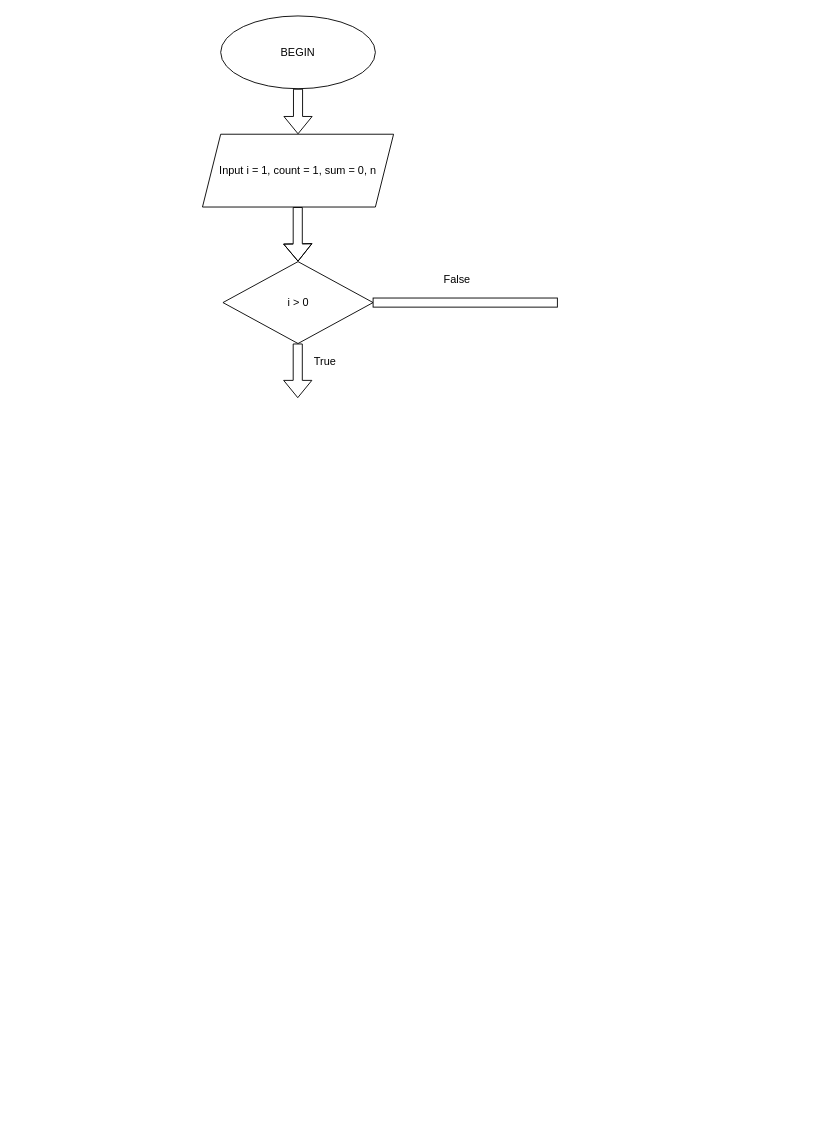
Above: Untitled Diagram.drawio in giaythuytinh176/Flowchart (draw.io), before the change. Source tidied: cells renumbered, new cells numbered last; positions are measured from the earlier drawing's top-left corner, leaving out a move shared by most shapes. Both pictures are drawn from the tidied source at 91%, with x=0, y=0 at pixel (202, 15).
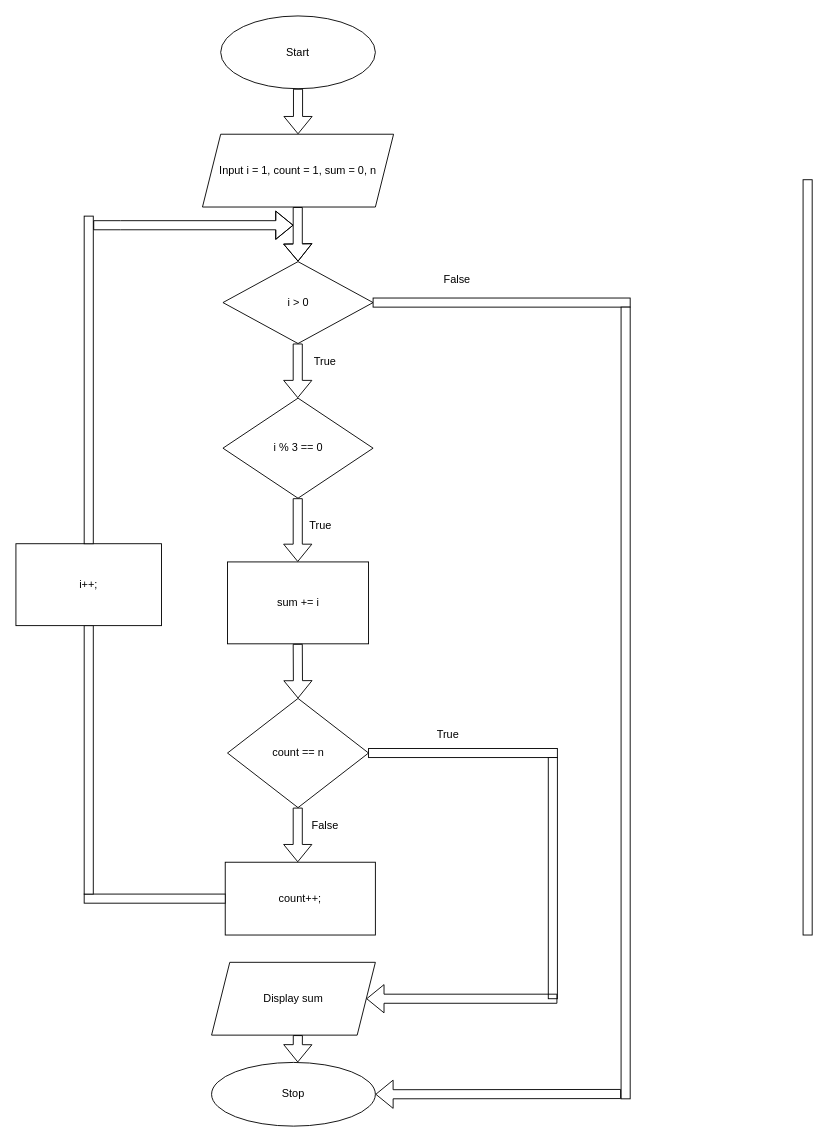
The same page after the edit.

Change to the diagram source:
```diff
@@
-    <mxCell id="2" value="BEGIN" style="ellipse;whiteSpace=wrap;html=1;" parent="1" vertex="1">
+    <mxCell id="2" value="Start" style="ellipse;whiteSpace=wrap;html=1;" parent="1" vertex="1">
       <mxGeometry x="20" width="170" height="80" as="geometry" />
     </mxCell>
@@
     <mxCell id="9" style="rounded=0;whiteSpace=wrap;html=1;" parent="1" vertex="1">
-      <mxGeometry x="187.5" y="310" width="202.5" height="10" as="geometry" />
+      <mxGeometry x="187.5" y="310" width="282.5" height="10" as="geometry" />
     </mxCell>
@@
+    <mxCell id="11" value="i % 3 == 0" style="rhombus;whiteSpace=wrap;html=1;" parent="1" vertex="1">
+      <mxGeometry x="22.5" y="420" width="165" height="110" as="geometry" />
+    </mxCell>
+    <mxCell id="12" style="shape=flexArrow;endArrow=classic;html=1;" parent="1" edge="1">
+      <mxGeometry relative="1" as="geometry">
+        <mxPoint x="104.7" y="530" as="sourcePoint" />
+        <mxPoint x="104.7" y="600" as="targetPoint" />
+      </mxGeometry>
+    </mxCell>
+    <mxCell id="13" value="True" style="text;html=1;strokeColor=none;fillColor=none;align=center;verticalAlign=middle;whiteSpace=wrap;rounded=0;" parent="1" vertex="1">
+      <mxGeometry x="110" y="550" width="40" height="20" as="geometry" />
+    </mxCell>
+    <mxCell id="14" value="sum += i" style="rounded=0;whiteSpace=wrap;html=1;" parent="1" vertex="1">
+      <mxGeometry x="27.5" y="600" width="155" height="90" as="geometry" />
+    </mxCell>
+    <mxCell id="15" style="shape=flexArrow;endArrow=classic;html=1;" parent="1" edge="1">
+      <mxGeometry relative="1" as="geometry">
+        <mxPoint x="104.7" y="690" as="sourcePoint" />
+        <mxPoint x="105" y="750" as="targetPoint" />
+      </mxGeometry>
+    </mxCell>
+    <mxCell id="16" value="count == n" style="rhombus;whiteSpace=wrap;html=1;" parent="1" vertex="1">
+      <mxGeometry x="27.5" y="750" width="155" height="120" as="geometry" />
+    </mxCell>
+    <mxCell id="17" style="rounded=0;whiteSpace=wrap;html=1;" parent="1" vertex="1">
+      <mxGeometry x="182.5" y="805" width="207.5" height="10" as="geometry" />
+    </mxCell>
+    <mxCell id="18" value="False" style="text;html=1;strokeColor=none;fillColor=none;align=center;verticalAlign=middle;whiteSpace=wrap;rounded=0;" parent="1" vertex="1">
+      <mxGeometry x="115" y="880" width="40" height="20" as="geometry" />
+    </mxCell>
+    <mxCell id="19" style="rounded=0;whiteSpace=wrap;html=1;direction=south;" parent="1" vertex="1">
+      <mxGeometry x="660" y="180" width="10" height="830" as="geometry" />
+    </mxCell>
+    <mxCell id="20" style="shape=flexArrow;endArrow=classic;html=1;" parent="1" edge="1">
+      <mxGeometry relative="1" as="geometry">
+        <mxPoint x="104.7" y="870" as="sourcePoint" />
+        <mxPoint x="104.7" y="930" as="targetPoint" />
+      </mxGeometry>
+    </mxCell>
+    <mxCell id="21" value="count++;" style="rounded=0;whiteSpace=wrap;html=1;" parent="1" vertex="1">
+      <mxGeometry x="25" y="930" width="165" height="80" as="geometry" />
+    </mxCell>
+    <mxCell id="22" style="rounded=0;whiteSpace=wrap;html=1;" parent="1" vertex="1">
+      <mxGeometry x="-130" y="965" width="155" height="10" as="geometry" />
+    </mxCell>
+    <mxCell id="23" style="rounded=0;whiteSpace=wrap;html=1;direction=south;" parent="1" vertex="1">
+      <mxGeometry x="-130" y="670" width="10" height="295" as="geometry" />
+    </mxCell>
+    <mxCell id="24" value="i++;" style="rounded=0;whiteSpace=wrap;html=1;" parent="1" vertex="1">
+      <mxGeometry x="-205" y="580" width="160" height="90" as="geometry" />
+    </mxCell>
+    <mxCell id="25" style="rounded=0;whiteSpace=wrap;html=1;direction=south;" parent="1" vertex="1">
+      <mxGeometry x="-130" y="220" width="10" height="360" as="geometry" />
+    </mxCell>
+    <mxCell id="26" style="shape=flexArrow;endArrow=classic;html=1;" parent="1" edge="1">
+      <mxGeometry relative="1" as="geometry">
+        <mxPoint x="-120" y="230" as="sourcePoint" />
+        <mxPoint x="100" y="230" as="targetPoint" />
+        <Array as="points">
+          <mxPoint x="-90" y="230" />
+        </Array>
+      </mxGeometry>
+    </mxCell>
+    <mxCell id="27" value="Stop" style="ellipse;whiteSpace=wrap;html=1;" parent="1" vertex="1">
+      <mxGeometry x="10" y="1150" width="180" height="70" as="geometry" />
+    </mxCell>
+    <mxCell id="28" value="True" style="text;html=1;strokeColor=none;fillColor=none;align=center;verticalAlign=middle;whiteSpace=wrap;rounded=0;" parent="1" vertex="1">
+      <mxGeometry x="250" y="780" width="40" height="20" as="geometry" />
+    </mxCell>
+    <mxCell id="29" style="rounded=0;whiteSpace=wrap;html=1;direction=south;" parent="1" vertex="1">
+      <mxGeometry x="460" y="320" width="10" height="870" as="geometry" />
+    </mxCell>
+    <mxCell id="30" style="shape=flexArrow;endArrow=classic;html=1;entryX=1;entryY=0.5;entryDx=0;entryDy=0;" parent="1" edge="1" target="27">
+      <mxGeometry relative="1" as="geometry">
+        <mxPoint x="460" y="1184.7" as="sourcePoint" />
+      </mxGeometry>
+    </mxCell>
+    <mxCell id="31" style="rounded=0;whiteSpace=wrap;html=1;direction=south;" parent="1" vertex="1">
+      <mxGeometry x="380" y="815" width="10" height="265" as="geometry" />
+    </mxCell>
+    <mxCell id="32" value="Display sum" style="shape=parallelogram;perimeter=parallelogramPerimeter;whiteSpace=wrap;html=1;fixedSize=1;" parent="1" vertex="1">
+      <mxGeometry x="10" y="1040" width="180" height="80" as="geometry" />
+    </mxCell>
+    <mxCell id="33" style="shape=flexArrow;endArrow=classic;html=1;" parent="1" edge="1">
+      <mxGeometry relative="1" as="geometry">
+        <mxPoint x="104.8" y="1120" as="sourcePoint" />
+        <mxPoint x="104.7" y="1150" as="targetPoint" />
+      </mxGeometry>
+    </mxCell>
+    <mxCell id="34" style="shape=flexArrow;endArrow=classic;html=1;entryX=1;entryY=0.5;entryDx=0;entryDy=0;" parent="1" edge="1" target="32">
+      <mxGeometry relative="1" as="geometry">
+        <mxPoint x="390" y="1080" as="sourcePoint" />
+      </mxGeometry>
+    </mxCell>
```
